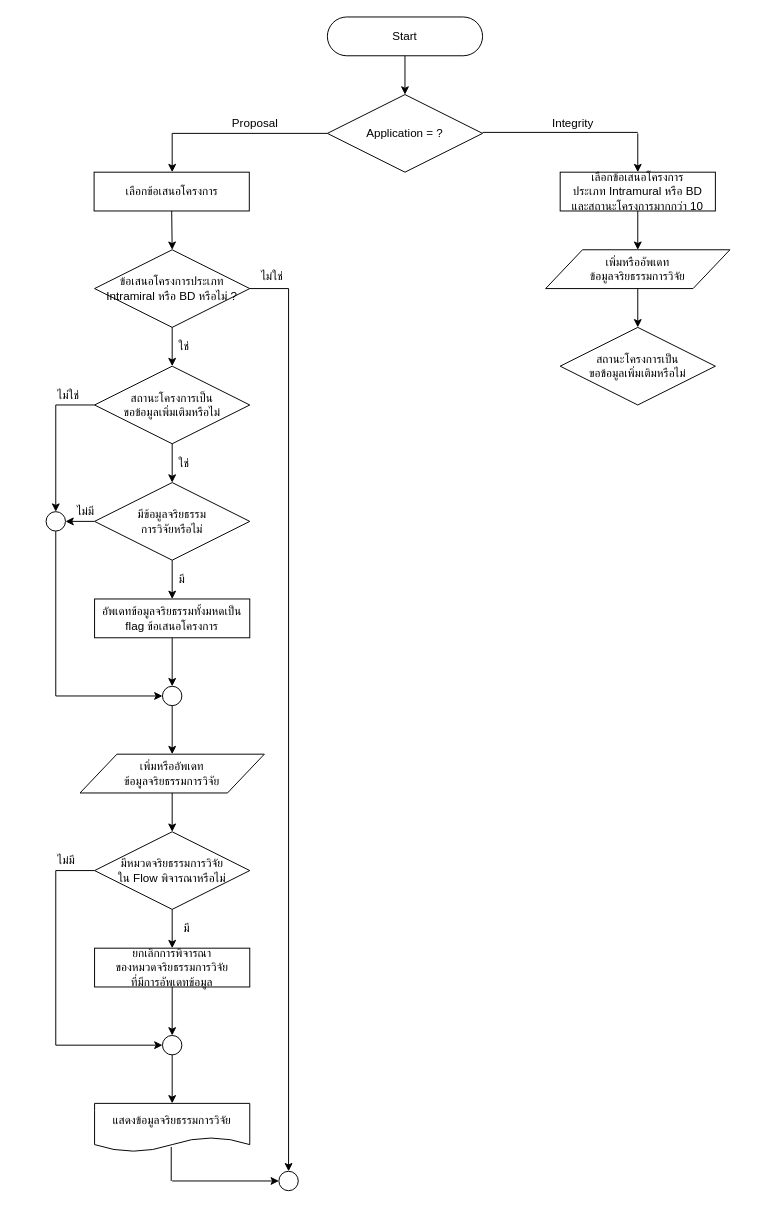
Above: integrityAdd.drawio in AL1605/drow.io (draw.io), before the change. Source tidied: cells renumbered, new cells numbered last; positions are measured from the earlier drawing's top-left corner, leaving out a move shared by most shapes. Both pictures are drawn from the tidied source at 97%, with x=0, y=0 at pixel (46, 16).
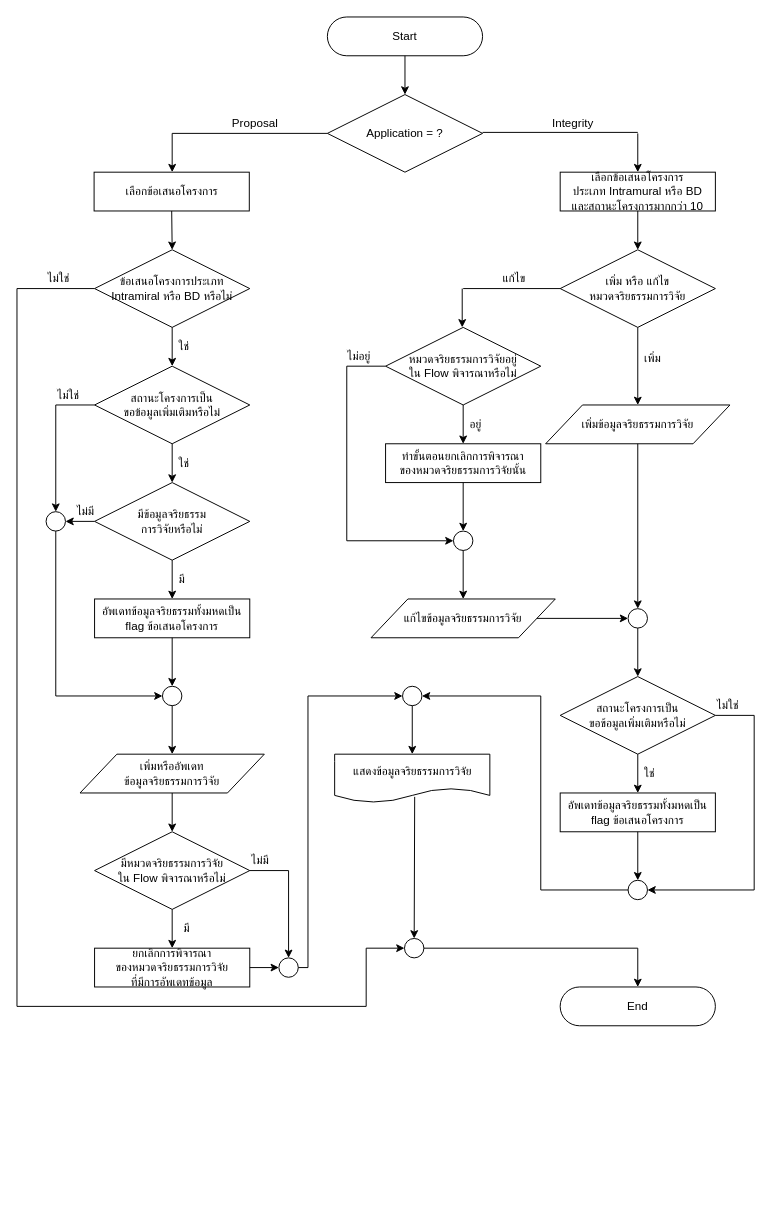
After the change.

The change refers to these unchanged cells:
```xml
<mxCell id="10" value="เพิ่มหรืออัพเดท&lt;br&gt;ข้อมูลจริยธรรมการวิจัย" style="shape=parallelogram;perimeter=parallelogramPerimeter;whiteSpace=wrap;html=1;" parent="1" vertex="1">
  <mxGeometry x="35" y="760" width="190" height="40" as="geometry" />
</mxCell>
<mxCell id="53" value="เลือกข้อเสนอโครงการ&lt;br&gt;ประเภท Intramural หรือ BD&lt;br&gt;และสถานะโครงการมากกว่า 10" style="rounded=0;whiteSpace=wrap;html=1;" parent="1" vertex="1">
  <mxGeometry x="530" y="160" width="160" height="40" as="geometry" />
</mxCell>
```

What changed in the source:
```diff
@@
-    <mxCell id="12" style="endArrow=classic;html=1;exitX=0.5;exitY=1;exitDx=0;exitDy=0;" parent="1" edge="1" source="10">
-      <mxGeometry relative="1" as="geometry">
-        <mxPoint x="130" y="840" as="targetPoint" />
-      </mxGeometry>
-    </mxCell>
-    <mxCell id="13" value="มีหมวดจริยธรรมการวิจัย&lt;br&gt;ใน Flow พิจารณาหรือไม่" style="rhombus;whiteSpace=wrap;html=1;" parent="1" vertex="1">
-      <mxGeometry x="50" y="840" width="160" height="80" as="geometry" />
-    </mxCell>
-    <mxCell id="14" value="ยกเลิกการพิจารณา&lt;br&gt;ของหมวดจริยธรรมการวิจัย&lt;br&gt;ที่มีการอัพเดทข้อมูล" style="rounded=0;whiteSpace=wrap;html=1;" parent="1" vertex="1">
-      <mxGeometry x="50" y="960" width="160" height="40" as="geometry" />
-    </mxCell>
-    <mxCell id="15" style="endArrow=classic;html=1;exitX=0.5;exitY=1;exitDx=0;exitDy=0;entryX=0.5;entryY=0;entryDx=0;entryDy=0;" parent="1" edge="1" source="13" target="14">
-      <mxGeometry relative="1" as="geometry" />
-    </mxCell>
@@
-    <mxCell id="17" value="แสดงข้อมูลจริยธรรมการวิจัย" style="shape=document;whiteSpace=wrap;html=1;boundedLbl=1;" parent="1" vertex="1">
-      <mxGeometry x="50" y="1120" width="160" height="50" as="geometry" />
-    </mxCell>
-    <mxCell id="18" value="มี" style="text;html=1;align=left;verticalAlign=top;spacingTop=-4;" parent="1" vertex="1">
-      <mxGeometry x="140" y="930" width="20" height="20" as="geometry" />
-    </mxCell>
-    <mxCell id="19" style="ellipse;whiteSpace=wrap;html=1;" parent="1" vertex="1">
-      <mxGeometry x="120" y="1050" width="20" height="20" as="geometry" />
-    </mxCell>
-    <mxCell id="20" style="endArrow=classic;html=1;entryX=0;entryY=0.5;entryDx=0;entryDy=0;" parent="1" edge="1" target="19">
-      <mxGeometry relative="1" as="geometry">
-        <mxPoint x="10" y="1060" as="sourcePoint" />
-      </mxGeometry>
-    </mxCell>
-    <mxCell id="21" style="endArrow=none;html=1;" parent="1" edge="1">
-      <mxGeometry relative="1" as="geometry">
-        <mxPoint x="10" y="1060" as="sourcePoint" />
-        <mxPoint x="10" y="880" as="targetPoint" />
-      </mxGeometry>
-    </mxCell>
-    <mxCell id="22" style="endArrow=classic;html=1;exitX=0.5;exitY=1;exitDx=0;exitDy=0;entryX=0.5;entryY=0;entryDx=0;entryDy=0;" parent="1" edge="1" source="19" target="17">
-      <mxGeometry relative="1" as="geometry" />
-    </mxCell>
-    <mxCell id="23" style="endArrow=classic;html=1;exitX=0.5;exitY=1;exitDx=0;exitDy=0;entryX=0.5;entryY=0;entryDx=0;entryDy=0;" parent="1" edge="1" source="14" target="19">
-      <mxGeometry relative="1" as="geometry" />
-    </mxCell>
@@
-    <mxCell id="37" style="endArrow=none;html=1;entryX=0;entryY=0.5;entryDx=0;entryDy=0;" parent="1" edge="1" target="13">
-      <mxGeometry relative="1" as="geometry">
-        <mxPoint x="10" y="880" as="sourcePoint" />
-      </mxGeometry>
-    </mxCell>
@@
-    <mxCell id="42" value="ไม่มี" style="text;html=1;align=left;verticalAlign=top;spacingTop=-4;" parent="1" vertex="1">
-      <mxGeometry x="10" y="860" width="40" height="20" as="geometry" />
-    </mxCell>
-    <mxCell id="43" value="ข้อเสนอโครงการประเภท&lt;br&gt;Intramiral หรือ BD หรือไม่ ?" style="rhombus;whiteSpace=wrap;html=1;" parent="1" vertex="1">
+    <mxCell id="43" value="ข้อเสนอโครงการประเภท&lt;br&gt;Intramiral หรือ BD หรือไม่" style="rhombus;whiteSpace=wrap;html=1;" parent="1" vertex="1">
       <mxGeometry x="50" y="240" width="160" height="80" as="geometry" />
     </mxCell>
@@
-    <mxCell id="47" style="endArrow=none;html=1;entryX=1;entryY=0.5;entryDx=0;entryDy=0;" parent="1" edge="1" target="43">
+    <mxCell id="47" style="endArrow=none;html=1;" parent="1" edge="1">
       <mxGeometry relative="1" as="geometry">
-        <mxPoint x="250" y="280" as="sourcePoint" />
+        <mxPoint x="-30" y="280" as="sourcePoint" />
+        <mxPoint x="50" y="280" as="targetPoint" />
       </mxGeometry>
     </mxCell>
-    <mxCell id="48" style="endArrow=classic;html=1;entryX=0.5;entryY=0;entryDx=0;entryDy=0;" parent="1" edge="1" target="50">
-      <mxGeometry relative="1" as="geometry">
-        <mxPoint x="250" y="280" as="sourcePoint" />
-      </mxGeometry>
-    </mxCell>
     <mxCell id="49" value="ไม่ใช่" style="text;html=1;align=left;verticalAlign=top;spacingTop=-4;" parent="1" vertex="1">
-      <mxGeometry x="220" y="258" width="40" height="20" as="geometry" />
+      <mxGeometry y="260" width="40" height="20" as="geometry" />
     </mxCell>
-    <mxCell id="50" style="ellipse;whiteSpace=wrap;html=1;" parent="1" vertex="1">
-      <mxGeometry x="240" y="1190" width="20" height="20" as="geometry" />
-    </mxCell>
-    <mxCell id="51" style="endArrow=classic;html=1;entryX=0;entryY=0.5;entryDx=0;entryDy=0;" parent="1" edge="1" target="50">
-      <mxGeometry relative="1" as="geometry">
-        <mxPoint x="130" y="1200" as="sourcePoint" />
-      </mxGeometry>
-    </mxCell>
-    <mxCell id="52" style="endArrow=none;html=1;entryX=0.494;entryY=0.9;entryDx=0;entryDy=0;entryPerimeter=0;" parent="1" edge="1" target="17">
-      <mxGeometry relative="1" as="geometry">
-        <mxPoint x="129" y="1200" as="sourcePoint" />
-      </mxGeometry>
-    </mxCell>
@@
+    <mxCell id="58" style="endArrow=classic;html=1;exitX=0.5;exitY=1;exitDx=0;exitDy=0;entryX=0.5;entryY=0;entryDx=0;entryDy=0;" parent="1" edge="1">
+      <mxGeometry relative="1" as="geometry">
+        <mxPoint x="610" y="200" as="sourcePoint" />
+        <mxPoint x="610" y="240" as="targetPoint" />
+      </mxGeometry>
+    </mxCell>
+    <mxCell id="59" value="เพิ่ม หรือ แก้ไข &lt;br&gt;หมวดจริยธรรมการวิจัย" style="rhombus;whiteSpace=wrap;html=1;" parent="1" vertex="1">
+      <mxGeometry x="530" y="240" width="160" height="80" as="geometry" />
+    </mxCell>
+    <mxCell id="60" style="endArrow=none;html=1;entryX=0;entryY=0.5;entryDx=0;entryDy=0;" parent="1" edge="1" target="59">
+      <mxGeometry relative="1" as="geometry">
+        <mxPoint x="430" y="280" as="sourcePoint" />
+      </mxGeometry>
+    </mxCell>
+    <mxCell id="61" style="endArrow=classic;html=1;" parent="1" edge="1">
+      <mxGeometry relative="1" as="geometry">
+        <mxPoint x="429" y="280" as="sourcePoint" />
+        <mxPoint x="429" y="320" as="targetPoint" />
+      </mxGeometry>
+    </mxCell>
+    <mxCell id="62" value="เพิ่มข้อมูลจริยธรรมการวิจัย" style="shape=parallelogram;perimeter=parallelogramPerimeter;whiteSpace=wrap;html=1;" parent="1" vertex="1">
+      <mxGeometry x="515" y="400" width="190" height="40" as="geometry" />
+    </mxCell>
+    <mxCell id="63" value="แก้ไข" style="text;html=1;align=left;verticalAlign=top;spacingTop=-4;" parent="1" vertex="1">
+      <mxGeometry x="469" y="260" width="40" height="20" as="geometry" />
+    </mxCell>
+    <mxCell id="64" style="endArrow=classic;html=1;exitX=0.5;exitY=1;exitDx=0;exitDy=0;entryX=0.5;entryY=0;entryDx=0;entryDy=0;" parent="1" edge="1" source="59" target="62">
+      <mxGeometry relative="1" as="geometry" />
+    </mxCell>
+    <mxCell id="65" value="เพิ่ม" style="text;html=1;align=left;verticalAlign=top;spacingTop=-4;" parent="1" vertex="1">
+      <mxGeometry x="615" y="342" width="40" height="20" as="geometry" />
+    </mxCell>
+    <mxCell id="66" value="หมวดจริยธรรมการวิจัยอยู่&lt;br&gt;ใน Flow พิจารณาหรือไม่" style="rhombus;whiteSpace=wrap;html=1;" parent="1" vertex="1">
+      <mxGeometry x="350" y="320" width="160" height="80" as="geometry" />
+    </mxCell>
+    <mxCell id="67" value="ทำขั้นตอนยกเลิกการพิจารณา&lt;br&gt;ของหมวดจริยธรรมการวิจัยนั้น" style="rounded=0;whiteSpace=wrap;html=1;" parent="1" vertex="1">
+      <mxGeometry x="350" y="440" width="160" height="40" as="geometry" />
+    </mxCell>
+    <mxCell id="68" style="endArrow=classic;html=1;exitX=0.5;exitY=1;exitDx=0;exitDy=0;entryX=0.5;entryY=0;entryDx=0;entryDy=0;" parent="1" edge="1" source="66" target="67">
+      <mxGeometry relative="1" as="geometry" />
+    </mxCell>
+    <mxCell id="69" value="อยู่" style="text;html=1;align=left;verticalAlign=top;spacingTop=-4;" parent="1" vertex="1">
+      <mxGeometry x="435" y="410" width="30" height="20" as="geometry" />
+    </mxCell>
+    <mxCell id="70" style="ellipse;whiteSpace=wrap;html=1;" parent="1" vertex="1">
+      <mxGeometry x="420" y="530" width="20" height="20" as="geometry" />
+    </mxCell>
+    <mxCell id="71" style="endArrow=classic;html=1;exitX=0.5;exitY=1;exitDx=0;exitDy=0;" parent="1" edge="1" source="67">
+      <mxGeometry relative="1" as="geometry">
+        <mxPoint x="430" y="530" as="targetPoint" />
+      </mxGeometry>
+    </mxCell>
+    <mxCell id="72" value="แก้ไขข้อมูลจริยธรรมการวิจัย" style="shape=parallelogram;perimeter=parallelogramPerimeter;whiteSpace=wrap;html=1;" parent="1" vertex="1">
+      <mxGeometry x="335" y="600" width="190" height="40" as="geometry" />
+    </mxCell>
+    <mxCell id="73" style="ellipse;whiteSpace=wrap;html=1;" parent="1" vertex="1">
+      <mxGeometry x="600" y="610" width="20" height="20" as="geometry" />
+    </mxCell>
+    <mxCell id="74" style="endArrow=classic;html=1;exitX=0.5;exitY=1;exitDx=0;exitDy=0;" parent="1" edge="1" source="70">
+      <mxGeometry relative="1" as="geometry">
+        <mxPoint x="430" y="600" as="targetPoint" />
+      </mxGeometry>
+    </mxCell>
+    <mxCell id="75" style="endArrow=none;html=1;exitX=0;exitY=0.5;exitDx=0;exitDy=0;" parent="1" edge="1" source="66">
+      <mxGeometry relative="1" as="geometry">
+        <mxPoint x="310" y="360" as="targetPoint" />
+      </mxGeometry>
+    </mxCell>
+    <mxCell id="76" style="endArrow=none;html=1;" parent="1" edge="1">
+      <mxGeometry relative="1" as="geometry">
+        <mxPoint x="310" y="540" as="sourcePoint" />
+        <mxPoint x="310" y="360" as="targetPoint" />
+      </mxGeometry>
+    </mxCell>
+    <mxCell id="77" style="endArrow=classic;html=1;entryX=0;entryY=0.5;entryDx=0;entryDy=0;" parent="1" edge="1" target="70">
+      <mxGeometry relative="1" as="geometry">
+        <mxPoint x="310" y="540" as="sourcePoint" />
+      </mxGeometry>
+    </mxCell>
+    <mxCell id="78" style="endArrow=classic;html=1;exitX=1;exitY=0.5;exitDx=0;exitDy=0;entryX=0;entryY=0.5;entryDx=0;entryDy=0;" parent="1" edge="1" source="72" target="73">
+      <mxGeometry relative="1" as="geometry" />
+    </mxCell>
+    <mxCell id="79" style="endArrow=classic;html=1;exitX=0.5;exitY=1;exitDx=0;exitDy=0;entryX=0.5;entryY=0;entryDx=0;entryDy=0;" parent="1" edge="1" source="62" target="73">
+      <mxGeometry relative="1" as="geometry" />
+    </mxCell>
+    <mxCell id="80" value="ไม่อยู่" style="text;html=1;align=left;verticalAlign=top;spacingTop=-4;" parent="1" vertex="1">
+      <mxGeometry x="309" y="340" width="40" height="20" as="geometry" />
+    </mxCell>
+    <mxCell id="81" style="endArrow=classic;html=1;exitX=0.5;exitY=1;exitDx=0;exitDy=0;entryX=0.5;entryY=0;entryDx=0;entryDy=0;" parent="1" edge="1" source="73">
+      <mxGeometry relative="1" as="geometry">
+        <mxPoint x="610" y="680" as="targetPoint" />
+      </mxGeometry>
+    </mxCell>
+    <mxCell id="13" value="มีหมวดจริยธรรมการวิจัย&lt;br&gt;ใน Flow พิจารณาหรือไม่" style="rhombus;whiteSpace=wrap;html=1;" parent="1" vertex="1">
+      <mxGeometry x="50" y="840" width="160" height="80" as="geometry" />
+    </mxCell>
+    <mxCell id="14" value="ยกเลิกการพิจารณา&lt;br&gt;ของหมวดจริยธรรมการวิจัย&lt;br&gt;ที่มีการอัพเดทข้อมูล" style="rounded=0;whiteSpace=wrap;html=1;" parent="1" vertex="1">
+      <mxGeometry x="50" y="960" width="160" height="40" as="geometry" />
+    </mxCell>
+    <mxCell id="15" style="endArrow=classic;html=1;exitX=0.5;exitY=1;exitDx=0;exitDy=0;entryX=0.5;entryY=0;entryDx=0;entryDy=0;" parent="1" edge="1" source="13" target="14">
+      <mxGeometry relative="1" as="geometry" />
+    </mxCell>
+    <mxCell id="18" value="มี" style="text;html=1;align=left;verticalAlign=top;spacingTop=-4;" parent="1" vertex="1">
+      <mxGeometry x="140" y="930" width="20" height="20" as="geometry" />
+    </mxCell>
+    <mxCell id="82" style="ellipse;whiteSpace=wrap;html=1;" parent="1" vertex="1">
+      <mxGeometry x="240" y="970" width="20" height="20" as="geometry" />
+    </mxCell>
+    <mxCell id="83" style="endArrow=classic;html=1;" parent="1" edge="1">
+      <mxGeometry relative="1" as="geometry">
+        <mxPoint x="250" y="880" as="sourcePoint" />
+        <mxPoint x="250" y="970" as="targetPoint" />
+      </mxGeometry>
+    </mxCell>
+    <mxCell id="84" value="End" style="rounded=1;whiteSpace=wrap;html=1;arcSize=50;" parent="1" vertex="1">
+      <mxGeometry x="530" y="1000" width="160" height="40" as="geometry" />
+    </mxCell>
+    <mxCell id="85" style="endArrow=classic;html=1;exitX=1;exitY=0.5;exitDx=0;exitDy=0;entryX=0;entryY=0.5;entryDx=0;entryDy=0;" parent="1" edge="1" source="14" target="82">
+      <mxGeometry relative="1" as="geometry" />
+    </mxCell>
+    <mxCell id="86" style="endArrow=none;html=1;entryX=1;entryY=0.5;entryDx=0;entryDy=0;" parent="1" edge="1" target="13">
+      <mxGeometry relative="1" as="geometry">
+        <mxPoint x="250" y="880" as="sourcePoint" />
+      </mxGeometry>
+    </mxCell>
+    <mxCell id="87" style="endArrow=classic;html=1;exitX=0.5;exitY=1;exitDx=0;exitDy=0;entryX=0.5;entryY=0;entryDx=0;entryDy=0;" parent="1" edge="1" source="10" target="13">
+      <mxGeometry relative="1" as="geometry" />
+    </mxCell>
+    <mxCell id="88" value="อัพเดทข้อมูลจริยธรรมทั้งมหดเป็น flag ข้อเสนอโครงการ" style="rounded=0;whiteSpace=wrap;html=1;" parent="1" vertex="1">
+      <mxGeometry x="530" y="800" width="160" height="40" as="geometry" />
+    </mxCell>
     <mxCell id="55" value="สถานะโครงการเป็น&lt;br&gt;ขอข้อมูลเพิ่มเติมหรือไม่" style="rhombus;whiteSpace=wrap;html=1;" parent="1" vertex="1">
-      <mxGeometry x="530" y="320" width="160" height="80" as="geometry" />
+      <mxGeometry x="530" y="680" width="160" height="80" as="geometry" />
     </mxCell>
-    <mxCell id="56" value="เพิ่มหรืออัพเดท&lt;br&gt;ข้อมูลจริยธรรมการวิจัย" style="shape=parallelogram;perimeter=parallelogramPerimeter;whiteSpace=wrap;html=1;" parent="1" vertex="1">
-      <mxGeometry x="515" y="240" width="190" height="40" as="geometry" />
-    </mxCell>
-    <mxCell id="57" style="endArrow=classic;html=1;exitX=0.5;exitY=1;exitDx=0;exitDy=0;entryX=0.5;entryY=0;entryDx=0;entryDy=0;" parent="1" edge="1" source="53" target="56">
-      <mxGeometry relative="1" as="geometry" />
-    </mxCell>
-    <mxCell id="58" style="endArrow=classic;html=1;exitX=0.5;exitY=1;exitDx=0;exitDy=0;entryX=0.5;entryY=0;entryDx=0;entryDy=0;" parent="1" edge="1" source="56" target="55">
-      <mxGeometry relative="1" as="geometry" />
-    </mxCell>
+    <mxCell id="89" style="ellipse;whiteSpace=wrap;html=1;" parent="1" vertex="1">
+      <mxGeometry x="600" y="890" width="20" height="20" as="geometry" />
+    </mxCell>
+    <mxCell id="90" style="endArrow=classic;html=1;exitX=0.5;exitY=1;exitDx=0;exitDy=0;" parent="1" edge="1" source="88">
+      <mxGeometry relative="1" as="geometry">
+        <mxPoint x="610" y="890" as="targetPoint" />
+      </mxGeometry>
+    </mxCell>
+    <mxCell id="91" style="endArrow=none;html=1;entryX=1;entryY=0.5;entryDx=0;entryDy=0;" parent="1" edge="1" target="55">
+      <mxGeometry relative="1" as="geometry">
+        <mxPoint x="730" y="720" as="sourcePoint" />
+      </mxGeometry>
+    </mxCell>
+    <mxCell id="92" style="endArrow=classic;html=1;exitX=0.5;exitY=1;exitDx=0;exitDy=0;entryX=0.5;entryY=0;entryDx=0;entryDy=0;" parent="1" edge="1" source="55">
+      <mxGeometry relative="1" as="geometry">
+        <mxPoint x="610" y="800" as="targetPoint" />
+      </mxGeometry>
+    </mxCell>
+    <mxCell id="93" value="ใช่" style="text;html=1;align=left;verticalAlign=top;spacingTop=-4;" parent="1" vertex="1">
+      <mxGeometry x="615" y="770" width="30" height="20" as="geometry" />
+    </mxCell>
+    <mxCell id="94" value="ไม่ใช่" style="text;html=1;align=left;verticalAlign=top;spacingTop=-4;" parent="1" vertex="1">
+      <mxGeometry x="690" y="700" width="40" height="20" as="geometry" />
+    </mxCell>
+    <mxCell id="95" style="endArrow=none;html=1;" parent="1" edge="1">
+      <mxGeometry relative="1" as="geometry">
+        <mxPoint x="730" y="900" as="sourcePoint" />
+        <mxPoint x="730" y="720" as="targetPoint" />
+      </mxGeometry>
+    </mxCell>
+    <mxCell id="96" style="endArrow=classic;html=1;" parent="1" edge="1">
+      <mxGeometry relative="1" as="geometry">
+        <mxPoint x="730" y="900" as="sourcePoint" />
+        <mxPoint x="620" y="900" as="targetPoint" />
+      </mxGeometry>
+    </mxCell>
+    <mxCell id="17" value="แสดงข้อมูลจริยธรรมการวิจัย" style="shape=document;whiteSpace=wrap;html=1;boundedLbl=1;" parent="1" vertex="1">
+      <mxGeometry x="297.5" y="760" width="160" height="50" as="geometry" />
+    </mxCell>
+    <mxCell id="42" value="ไม่มี" style="text;html=1;align=left;verticalAlign=top;spacingTop=-4;" parent="1" vertex="1">
+      <mxGeometry x="210" y="860" width="40" height="20" as="geometry" />
+    </mxCell>
+    <mxCell id="97" style="ellipse;whiteSpace=wrap;html=1;" parent="1" vertex="1">
+      <mxGeometry x="367.5" y="690" width="20" height="20" as="geometry" />
+    </mxCell>
+    <mxCell id="98" style="endArrow=none;html=1;entryX=1;entryY=0.5;entryDx=0;entryDy=0;" parent="1" edge="1" target="82">
+      <mxGeometry relative="1" as="geometry">
+        <mxPoint x="270" y="980" as="sourcePoint" />
+      </mxGeometry>
+    </mxCell>
+    <mxCell id="99" style="endArrow=none;html=1;" parent="1" edge="1">
+      <mxGeometry relative="1" as="geometry">
+        <mxPoint x="270" y="980" as="sourcePoint" />
+        <mxPoint x="270" y="700" as="targetPoint" />
+      </mxGeometry>
+    </mxCell>
+    <mxCell id="100" style="endArrow=classic;html=1;entryX=0;entryY=0.5;entryDx=0;entryDy=0;" parent="1" edge="1" target="97">
+      <mxGeometry relative="1" as="geometry">
+        <mxPoint x="270" y="700" as="sourcePoint" />
+      </mxGeometry>
+    </mxCell>
+    <mxCell id="101" style="endArrow=none;html=1;entryX=0;entryY=0.5;entryDx=0;entryDy=0;" parent="1" edge="1" target="89">
+      <mxGeometry relative="1" as="geometry">
+        <mxPoint x="510" y="900" as="sourcePoint" />
+      </mxGeometry>
+    </mxCell>
+    <mxCell id="102" style="endArrow=classic;html=1;entryX=1;entryY=0.5;entryDx=0;entryDy=0;" parent="1" edge="1" target="97">
+      <mxGeometry relative="1" as="geometry">
+        <mxPoint x="510" y="700" as="sourcePoint" />
+      </mxGeometry>
+    </mxCell>
+    <mxCell id="103" style="endArrow=classic;html=1;exitX=0.5;exitY=1;exitDx=0;exitDy=0;" parent="1" edge="1" source="97" target="17">
+      <mxGeometry relative="1" as="geometry" />
+    </mxCell>
+    <mxCell id="104" style="endArrow=none;html=1;" parent="1" edge="1">
+      <mxGeometry relative="1" as="geometry">
+        <mxPoint x="510" y="900" as="sourcePoint" />
+        <mxPoint x="510" y="700" as="targetPoint" />
+      </mxGeometry>
+    </mxCell>
+    <mxCell id="105" style="ellipse;whiteSpace=wrap;html=1;" parent="1" vertex="1">
+      <mxGeometry x="369.5" y="950" width="20" height="20" as="geometry" />
+    </mxCell>
+    <mxCell id="106" style="endArrow=none;html=1;" parent="1" edge="1">
+      <mxGeometry relative="1" as="geometry">
+        <mxPoint x="-30" y="1020" as="sourcePoint" />
+        <mxPoint x="-30" y="280" as="targetPoint" />
+      </mxGeometry>
+    </mxCell>
+    <mxCell id="107" style="endArrow=none;html=1;" parent="1" edge="1">
+      <mxGeometry relative="1" as="geometry">
+        <mxPoint x="-30" y="1020" as="sourcePoint" />
+        <mxPoint x="330" y="1020" as="targetPoint" />
+      </mxGeometry>
+    </mxCell>
+    <mxCell id="108" style="endArrow=classic;html=1;entryX=0;entryY=0.5;entryDx=0;entryDy=0;" parent="1" edge="1" target="105">
+      <mxGeometry relative="1" as="geometry">
+        <mxPoint x="330" y="960" as="sourcePoint" />
+      </mxGeometry>
+    </mxCell>
+    <mxCell id="109" style="endArrow=none;html=1;" parent="1" edge="1">
+      <mxGeometry relative="1" as="geometry">
+        <mxPoint x="330" y="960" as="sourcePoint" />
+        <mxPoint x="330" y="1020" as="targetPoint" />
+      </mxGeometry>
+    </mxCell>
+    <mxCell id="110" style="endArrow=classic;html=1;entryX=0.5;entryY=0;entryDx=0;entryDy=0;" parent="1" edge="1" target="105">
+      <mxGeometry relative="1" as="geometry">
+        <mxPoint x="380" y="804" as="sourcePoint" />
+      </mxGeometry>
+    </mxCell>
+    <mxCell id="111" style="endArrow=none;html=1;entryX=1;entryY=0.5;entryDx=0;entryDy=0;" parent="1" edge="1" target="105">
+      <mxGeometry relative="1" as="geometry">
+        <mxPoint x="610" y="960" as="sourcePoint" />
+      </mxGeometry>
+    </mxCell>
+    <mxCell id="112" style="endArrow=classic;html=1;entryX=0.5;entryY=0;entryDx=0;entryDy=0;" parent="1" edge="1" target="84">
+      <mxGeometry relative="1" as="geometry">
+        <mxPoint x="610" y="960" as="sourcePoint" />
+      </mxGeometry>
+    </mxCell>
```
